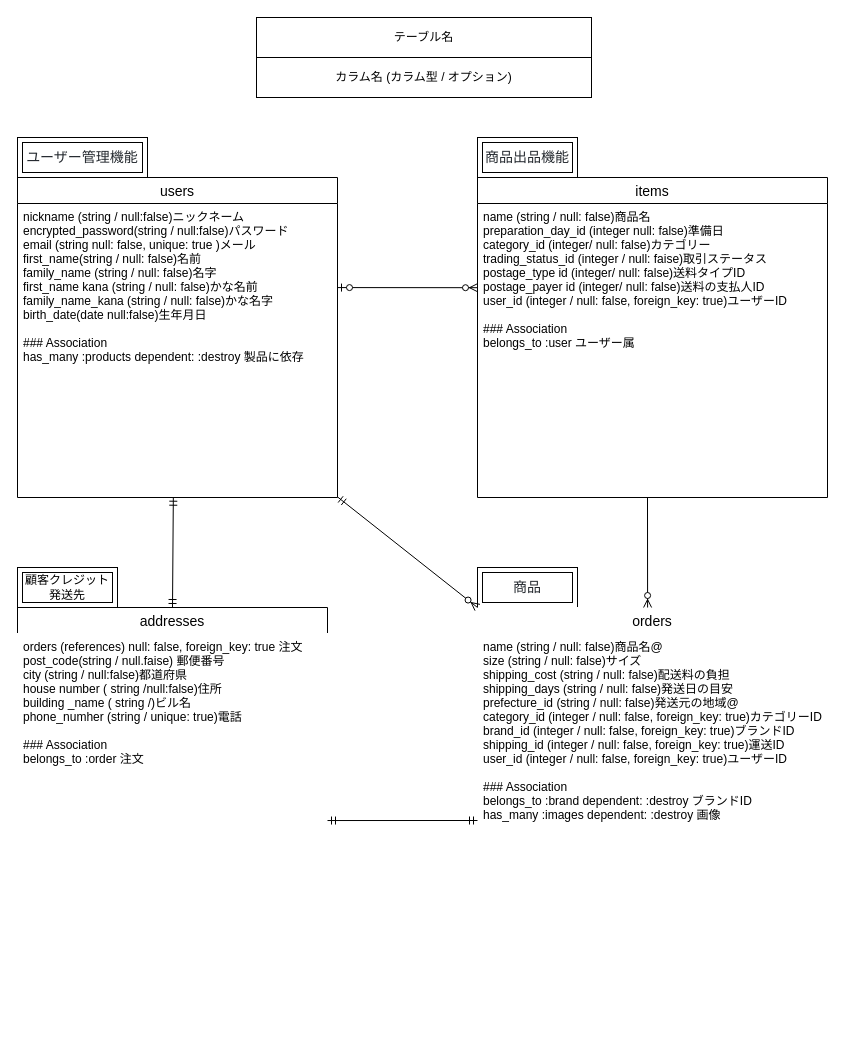
Earlier version of the draw.io diagram ER図.dio (mitsuonitta/furima-38914). Source tidied: cells renumbered, new cells numbered last; positions are measured from the earlier drawing's top-left corner, leaving out a move shared by most shapes. Both pictures are drawn from the tidied source at 100%, with x=0, y=0 at pixel (17, 17).
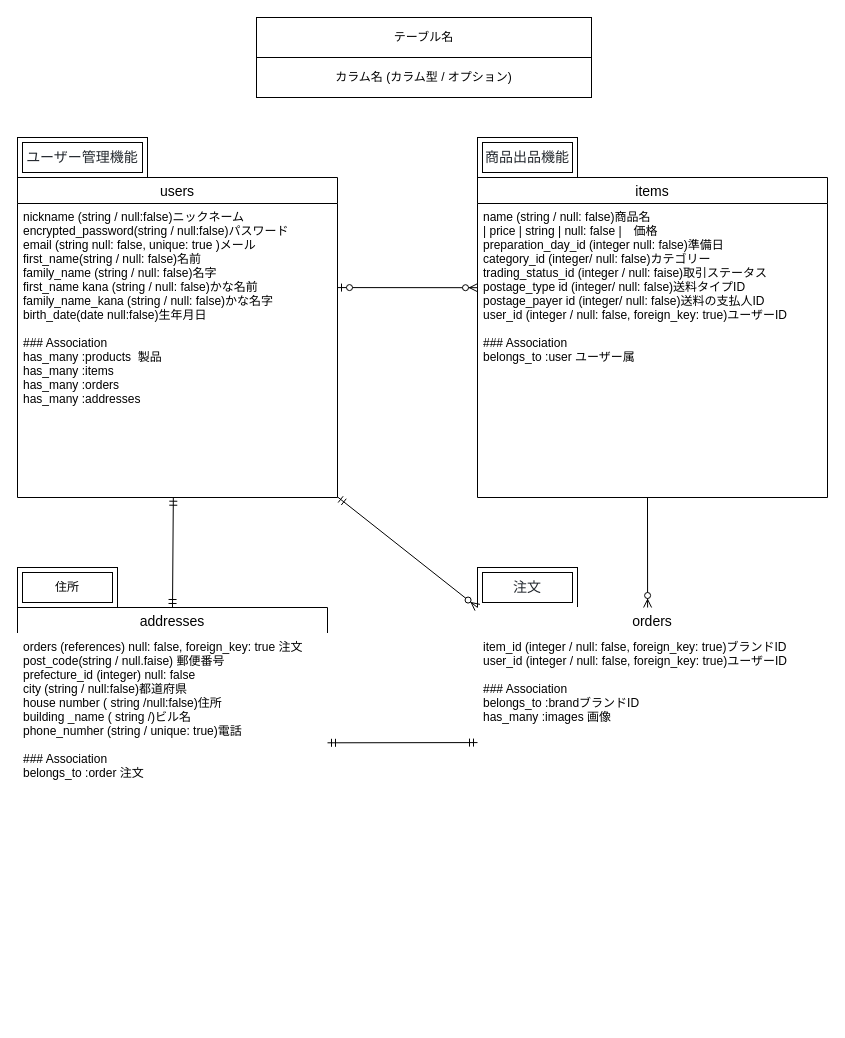
The same diagram, later.

Commit message (it also covers changes not shown here):
third commit custom05

The change refers to these unchanged cells:
```xml
<mxCell id="2" value="users" style="swimlane;fontStyle=0;horizontal=1;startSize=26;align=center;fontSize=14;" parent="1" vertex="1">
  <mxGeometry y="160" width="320" height="320" as="geometry" />
</mxCell>
<mxCell id="4" value="items" style="swimlane;fontStyle=0;horizontal=1;startSize=26;align=center;fontSize=14;" parent="1" vertex="1">
  <mxGeometry x="460" y="160" width="350" height="320" as="geometry" />
</mxCell>
<mxCell id="12" value="addresses" style="swimlane;fontStyle=0;horizontal=1;startSize=26;align=center;fontSize=14;labelBackgroundColor=none;fontColor=default;" parent="1" vertex="1">
  <mxGeometry y="590" width="310" height="250" as="geometry" />
</mxCell>
```

Change to the diagram source:
```diff
@@
-    <mxCell id="3" value="nickname (string / null:false)ニックネーム&#10;encrypted_password(string / null:false)パスワード&#10;email (string null: false, unique: true )メール&#10;first_name(string / null: false)名前&#10;family_name (string / null: false)名字&#10;first_name kana (string / null: false)かな名前&#10;family_name_kana (string / null: false)かな名字&#10;birth_date(date null:false)生年月日&#10;&#10;### Association&#10;has_many :products dependent: :destroy 製品に依存&#10;" style="text;strokeColor=none;fillColor=none;spacingLeft=4;spacingRight=4;overflow=hidden;points=[[0,0.5],[1,0.5]];portConstraint=eastwest;fontSize=12;labelBackgroundColor=none;fontColor=default;" parent="2" vertex="1">
+    <mxCell id="3" value="nickname (string / null:false)ニックネーム&#10;encrypted_password(string / null:false)パスワード&#10;email (string null: false, unique: true )メール&#10;first_name(string / null: false)名前&#10;family_name (string / null: false)名字&#10;first_name kana (string / null: false)かな名前&#10;family_name_kana (string / null: false)かな名字&#10;birth_date(date null:false)生年月日&#10;&#10;### Association&#10;has_many :products  製品&#10;has_many :items&#10;has_many :orders&#10;has_many :addresses&#10;" style="text;strokeColor=none;fillColor=none;spacingLeft=4;spacingRight=4;overflow=hidden;points=[[0,0.5],[1,0.5]];portConstraint=eastwest;fontSize=12;labelBackgroundColor=none;fontColor=default;" parent="2" vertex="1">
       <mxGeometry y="26" width="320" height="294" as="geometry" />
     </mxCell>
@@
-    <mxCell id="5" value="name (string / null: false)商品名&#10;preparation_day_id (integer null: false)準備日&#10;category_id (integer/ null: false)カテゴリー&#10;trading_status_id (integer / null: faise)取引ステータス&#10;postage_type id (integer/ null: false)送料タイプID&#10;postage_payer id (integer/ null: false)送料の支払人ID&#10;user_id (integer / null: false, foreign_key: true)ユーザーID&#10;&#10;### Association&#10;belongs_to :user ユーザー属" style="text;strokeColor=none;fillColor=none;spacingLeft=4;spacingRight=4;overflow=hidden;fontSize=12;" parent="4" vertex="1">
+    <mxCell id="5" value="name (string / null: false)商品名&#10;| price         | string     | null: false                    |　価格&#10;preparation_day_id (integer null: false)準備日&#10;category_id (integer/ null: false)カテゴリー&#10;trading_status_id (integer / null: faise)取引ステータス&#10;postage_type id (integer/ null: false)送料タイプID&#10;postage_payer id (integer/ null: false)送料の支払人ID&#10;user_id (integer / null: false, foreign_key: true)ユーザーID&#10;&#10;### Association&#10;belongs_to :user ユーザー属" style="text;strokeColor=none;fillColor=none;spacingLeft=4;spacingRight=4;overflow=hidden;fontSize=12;" parent="4" vertex="1">
       <mxGeometry y="26" width="350" height="294" as="geometry" />
     </mxCell>
@@
-    <mxCell id="11" value="&lt;span style=&quot;color: rgb(36, 41, 47); font-family: -apple-system, &amp;quot;system-ui&amp;quot;, &amp;quot;Segoe UI&amp;quot;, &amp;quot;Noto Sans&amp;quot;, Helvetica, Arial, sans-serif, &amp;quot;Apple Color Emoji&amp;quot;, &amp;quot;Segoe UI Emoji&amp;quot;; font-size: 14px; text-align: left; background-color: rgb(255, 255, 255);&quot;&gt;商品&lt;/span&gt;" style="shape=ext;margin=3;double=1;whiteSpace=wrap;html=1;align=center;labelBackgroundColor=none;fontColor=default;" parent="1" vertex="1">
+    <mxCell id="11" value="&lt;div style=&quot;text-align: left;&quot;&gt;&lt;font face=&quot;-apple-system, system-ui, Segoe UI, Noto Sans, Helvetica, Arial, sans-serif, Apple Color Emoji, Segoe UI Emoji&quot; color=&quot;#24292f&quot;&gt;&lt;span style=&quot;font-size: 14px; background-color: rgb(255, 255, 255);&quot;&gt;注文&lt;/span&gt;&lt;/font&gt;&lt;/div&gt;" style="shape=ext;margin=3;double=1;whiteSpace=wrap;html=1;align=center;labelBackgroundColor=none;fontColor=default;" parent="1" vertex="1">
       <mxGeometry x="460" y="550" width="100" height="40" as="geometry" />
     </mxCell>
@@
-    <mxCell id="13" value="orders (references) null: false, foreign_key: true 注文&#10;post_code(string / null.faise) 郵便番号&#10;city (string / null:false)都道府県&#10;house number ( string /null:false)住所&#10;building _name ( string /)ビル名&#10;phone_numher (string / unique: true)電話&#10;&#10;### Association&#10;belongs_to :order 注文" style="text;strokeColor=#FFFFFF;fillColor=none;spacingLeft=4;spacingRight=4;overflow=hidden;points=[[0,0.5],[1,0.5]];portConstraint=eastwest;fontSize=12;labelBackgroundColor=none;fontColor=default;" parent="12" vertex="1">
+    <mxCell id="13" value="orders (references) null: false, foreign_key: true 注文&#10;post_code(string / null.faise) 郵便番号&#10;prefecture_id (integer) null: false&#10;city (string / null:false)都道府県&#10;house number ( string /null:false)住所&#10;building _name ( string /)ビル名&#10;phone_numher (string / unique: true)電話&#10;&#10;### Association&#10;belongs_to :order 注文" style="text;strokeColor=#FFFFFF;fillColor=none;spacingLeft=4;spacingRight=4;overflow=hidden;points=[[0,0.5],[1,0.5]];portConstraint=eastwest;fontSize=12;labelBackgroundColor=none;fontColor=default;" parent="12" vertex="1">
       <mxGeometry y="26" width="310" height="224" as="geometry" />
     </mxCell>
-    <mxCell id="14" value="顧客クレジット&lt;br&gt;発送先" style="shape=ext;margin=3;double=1;whiteSpace=wrap;html=1;align=center;labelBackgroundColor=none;fontColor=default;" parent="1" vertex="1">
+    <mxCell id="14" value="住所" style="shape=ext;margin=3;double=1;whiteSpace=wrap;html=1;align=center;labelBackgroundColor=none;fontColor=default;" parent="1" vertex="1">
       <mxGeometry y="550" width="100" height="40" as="geometry" />
     </mxCell>
@@
     <mxCell id="16" value="orders" style="swimlane;fontStyle=0;horizontal=1;startSize=26;align=center;fontSize=14;labelBackgroundColor=none;strokeColor=#FFFFFF;fontColor=default;" parent="1" vertex="1">
-      <mxGeometry x="460" y="590" width="350" height="410" as="geometry" />
+      <mxGeometry x="460" y="590" width="350" height="250" as="geometry" />
     </mxCell>
-    <mxCell id="17" value="name (string / null: false)商品名@&#10;size (string / null: false)サイズ&#10;shipping_cost (string / null: false)配送料の負担&#10;shipping_days (string / null: false)発送日の目安&#10;prefecture_id (string / null: false)発送元の地域@&#10;category_id (integer / null: false, foreign_key: true)カテゴリーID&#10;brand_id (integer / null: false, foreign_key: true)ブランドID&#10;shipping_id (integer / null: false, foreign_key: true)運送ID&#10;user_id (integer / null: false, foreign_key: true)ユーザーID&#10;&#10;### Association&#10;belongs_to :brand dependent: :destroy ブランドID&#10;has_many :images dependent: :destroy 画像&#10;" style="text;strokeColor=none;fillColor=none;spacingLeft=4;spacingRight=4;overflow=hidden;points=[[0,0.5],[1,0.5]];portConstraint=eastwest;fontSize=12;labelBackgroundColor=none;fontColor=default;" parent="16" vertex="1">
-      <mxGeometry y="26" width="350" height="384" as="geometry" />
+    <mxCell id="17" value="item_id (integer / null: false, foreign_key: true)ブランドID&#10;user_id (integer / null: false, foreign_key: true)ユーザーID&#10;&#10;### Association&#10;belongs_to :brandブランドID&#10;has_many :images 画像&#10;" style="text;strokeColor=none;fillColor=none;spacingLeft=4;spacingRight=4;overflow=hidden;points=[[0,0.5],[1,0.5]];portConstraint=eastwest;fontSize=12;labelBackgroundColor=none;fontColor=default;" parent="16" vertex="1">
+      <mxGeometry y="26" width="350" height="224" as="geometry" />
     </mxCell>
@@
-    <mxCell id="19" style="fontSize=12;html=1;endArrow=ERmandOne;startArrow=ERmandOne;rounded=1;strokeColor=default;fontColor=default;exitX=1;exitY=0.835;exitDx=0;exitDy=0;entryX=0;entryY=0.487;entryDx=0;entryDy=0;entryPerimeter=0;exitPerimeter=0;" parent="1" edge="1" source="13" target="17">
+    <mxCell id="19" style="fontSize=12;html=1;endArrow=ERmandOne;startArrow=ERmandOne;rounded=1;strokeColor=default;fontColor=default;exitX=1;exitY=0.488;exitDx=0;exitDy=0;entryX=0;entryY=0.487;entryDx=0;entryDy=0;entryPerimeter=0;exitPerimeter=0;" parent="1" edge="1" source="13" target="17">
       <mxGeometry relative="1" as="geometry" />
     </mxCell>
```
